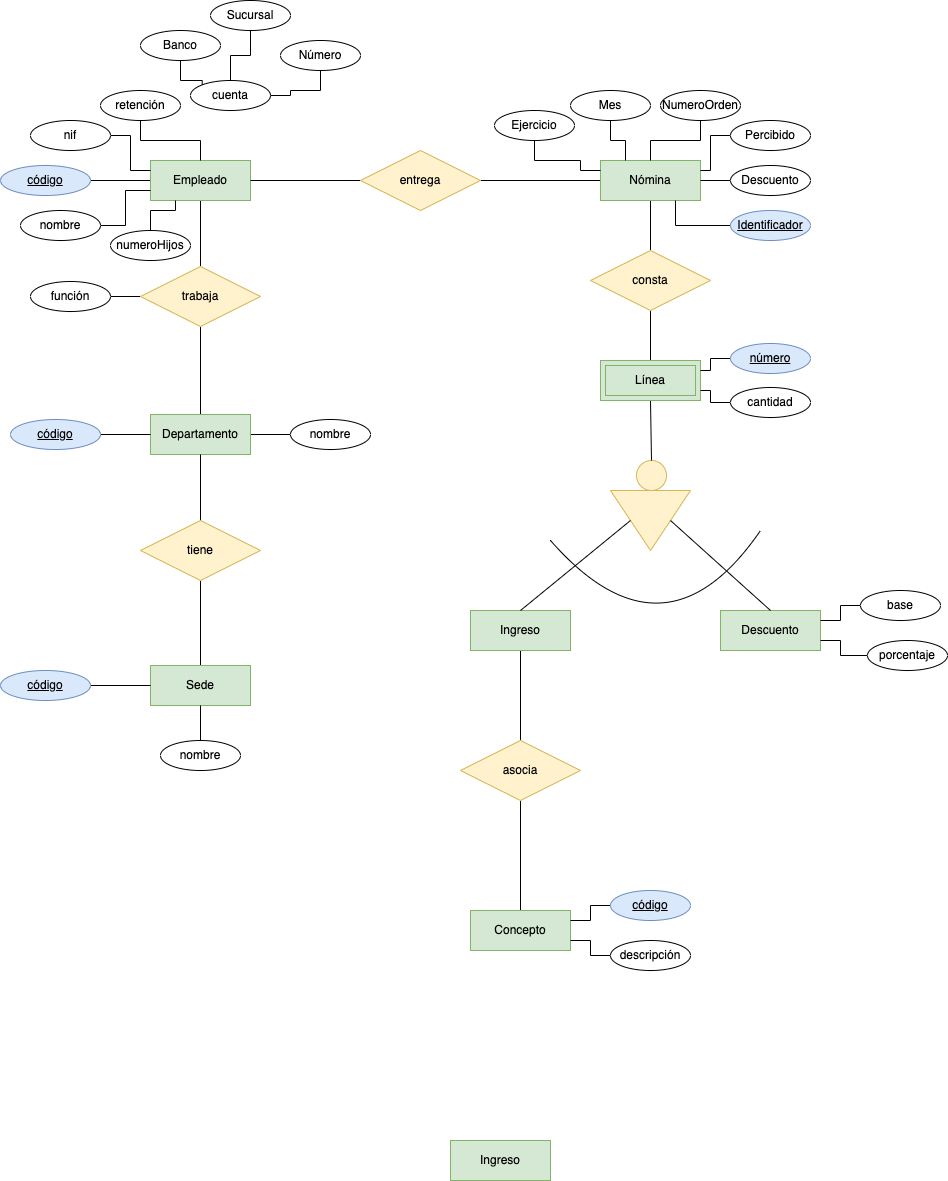
Above: ER/repaso/repaso9/img/nomina-atributos.drawio.png in MoisesALH/base-datos (draw.io), before the change. Source tidied: cells renumbered, new cells last; positions are measured from the earlier drawing's top-left corner, leaving out a move shared by most shapes. Source of this version:
```xml
<mxGraphModel>
  <root>
    <mxCell id="0" />
    <mxCell id="1" parent="0" />
    <mxCell id="2" style="edgeStyle=orthogonalEdgeStyle;rounded=0;jettySize=auto;html=1;entryX=0.5;entryY=0;entryDx=0;entryDy=0;endArrow=none;endFill=0;" parent="1" edge="1" source="4" target="7">
      <mxGeometry relative="1" as="geometry" />
    </mxCell>
    <mxCell id="3" style="edgeStyle=orthogonalEdgeStyle;rounded=0;jettySize=auto;html=1;endArrow=none;endFill=0;" parent="1" edge="1" source="4" target="36">
      <mxGeometry relative="1" as="geometry" />
    </mxCell>
    <mxCell id="4" value="Empleado" style="whiteSpace=wrap;html=1;align=center;fillColor=#d5e8d4;strokeColor=#82b366;" parent="1" vertex="1">
      <mxGeometry x="150" y="160" width="100" height="40" as="geometry" />
    </mxCell>
    <mxCell id="5" style="edgeStyle=orthogonalEdgeStyle;rounded=0;jettySize=auto;html=1;endArrow=none;endFill=0;" parent="1" edge="1" source="7" target="9">
      <mxGeometry relative="1" as="geometry" />
    </mxCell>
    <mxCell id="6" style="edgeStyle=orthogonalEdgeStyle;rounded=0;jettySize=auto;html=1;entryX=1;entryY=0.5;entryDx=0;entryDy=0;endArrow=none;endFill=0;" parent="1" edge="1" source="7" target="44">
      <mxGeometry relative="1" as="geometry" />
    </mxCell>
    <mxCell id="7" value="trabaja" style="shape=rhombus;perimeter=rhombusPerimeter;whiteSpace=wrap;html=1;align=center;fillColor=#fff2cc;strokeColor=#d6b656;" parent="1" vertex="1">
      <mxGeometry x="140" y="266" width="120" height="60" as="geometry" />
    </mxCell>
    <mxCell id="8" style="edgeStyle=orthogonalEdgeStyle;rounded=0;jettySize=auto;html=1;entryX=0;entryY=0.5;entryDx=0;entryDy=0;endArrow=none;endFill=0;" parent="1" edge="1" source="9" target="43">
      <mxGeometry relative="1" as="geometry" />
    </mxCell>
    <mxCell id="9" value="Departamento" style="whiteSpace=wrap;html=1;align=center;fillColor=#d5e8d4;strokeColor=#82b366;" parent="1" vertex="1">
      <mxGeometry x="150" y="414" width="100" height="40" as="geometry" />
    </mxCell>
    <mxCell id="10" style="edgeStyle=orthogonalEdgeStyle;rounded=0;jettySize=auto;html=1;endArrow=none;endFill=0;" parent="1" edge="1" source="12" target="13">
      <mxGeometry relative="1" as="geometry" />
    </mxCell>
    <mxCell id="11" style="edgeStyle=orthogonalEdgeStyle;jettySize=auto;html=1;entryX=0.5;entryY=1;entryDx=0;entryDy=0;endArrow=none;endFill=0;rounded=0;" parent="1" edge="1" source="12" target="9">
      <mxGeometry relative="1" as="geometry" />
    </mxCell>
    <mxCell id="12" value="tiene" style="shape=rhombus;perimeter=rhombusPerimeter;whiteSpace=wrap;html=1;align=center;fillColor=#fff2cc;strokeColor=#d6b656;" parent="1" vertex="1">
      <mxGeometry x="140" y="520" width="120" height="60" as="geometry" />
    </mxCell>
    <mxCell id="13" value="Sede" style="whiteSpace=wrap;html=1;align=center;fillColor=#d5e8d4;strokeColor=#82b366;" parent="1" vertex="1">
      <mxGeometry x="150" y="665" width="100" height="40" as="geometry" />
    </mxCell>
    <mxCell id="14" style="edgeStyle=orthogonalEdgeStyle;rounded=0;jettySize=auto;html=1;endArrow=none;endFill=0;entryX=0.5;entryY=0;entryDx=0;entryDy=0;" parent="1" edge="1" source="16" target="35">
      <mxGeometry relative="1" as="geometry" />
    </mxCell>
    <mxCell id="15" style="edgeStyle=orthogonalEdgeStyle;rounded=0;jettySize=auto;html=1;entryX=0.5;entryY=1;entryDx=0;entryDy=0;endArrow=none;endFill=0;" parent="1" edge="1" source="16" target="25">
      <mxGeometry relative="1" as="geometry" />
    </mxCell>
    <mxCell id="16" value="consta" style="shape=rhombus;perimeter=rhombusPerimeter;whiteSpace=wrap;html=1;align=center;fillColor=#fff2cc;strokeColor=#d6b656;" parent="1" vertex="1">
      <mxGeometry x="590" y="250" width="120" height="60" as="geometry" />
    </mxCell>
    <mxCell id="17" value="Ingreso" style="whiteSpace=wrap;html=1;align=center;fillColor=#d5e8d4;strokeColor=#82b366;" parent="1" vertex="1">
      <mxGeometry x="450" y="1140" width="100" height="40" as="geometry" />
    </mxCell>
    <mxCell id="18" style="edgeStyle=orthogonalEdgeStyle;rounded=0;jettySize=auto;html=1;endArrow=none;endFill=0;" parent="1" edge="1" source="20" target="21">
      <mxGeometry relative="1" as="geometry" />
    </mxCell>
    <mxCell id="19" style="edgeStyle=orthogonalEdgeStyle;rounded=0;jettySize=auto;html=1;endArrow=none;endFill=0;" parent="1" edge="1" source="20" target="29">
      <mxGeometry relative="1" as="geometry" />
    </mxCell>
    <mxCell id="20" value="asocia" style="shape=rhombus;perimeter=rhombusPerimeter;whiteSpace=wrap;html=1;align=center;fillColor=#fff2cc;strokeColor=#d6b656;" parent="1" vertex="1">
      <mxGeometry x="460" y="740" width="120" height="60" as="geometry" />
    </mxCell>
    <mxCell id="21" value="Concepto" style="whiteSpace=wrap;html=1;align=center;fillColor=#d5e8d4;strokeColor=#82b366;" parent="1" vertex="1">
      <mxGeometry x="470" y="910" width="100" height="40" as="geometry" />
    </mxCell>
    <mxCell id="22" style="edgeStyle=orthogonalEdgeStyle;rounded=0;jettySize=auto;html=1;endArrow=none;endFill=0;" parent="1" edge="1" source="24" target="25">
      <mxGeometry relative="1" as="geometry" />
    </mxCell>
    <mxCell id="23" style="edgeStyle=orthogonalEdgeStyle;rounded=0;jettySize=auto;html=1;entryX=1;entryY=0.5;entryDx=0;entryDy=0;endArrow=none;endFill=0;" parent="1" edge="1" source="24" target="4">
      <mxGeometry relative="1" as="geometry" />
    </mxCell>
    <mxCell id="24" value="entrega" style="shape=rhombus;perimeter=rhombusPerimeter;whiteSpace=wrap;html=1;align=center;fillColor=#fff2cc;strokeColor=#d6b656;" parent="1" vertex="1">
      <mxGeometry x="360" y="150" width="120" height="60" as="geometry" />
    </mxCell>
    <mxCell id="25" value="Nómina" style="whiteSpace=wrap;html=1;align=center;fillColor=#d5e8d4;strokeColor=#82b366;" parent="1" vertex="1">
      <mxGeometry x="600" y="160" width="100" height="40" as="geometry" />
    </mxCell>
    <mxCell id="26" style="group;" parent="1" vertex="1">
      <mxGeometry x="610" y="460" width="80" height="90" as="geometry" />
    </mxCell>
    <mxCell id="27" style="triangle;whiteSpace=wrap;html=1;rotation=90;fillColor=#fff2cc;strokeColor=#d6b656;" parent="26" vertex="1">
      <mxGeometry x="10" y="20" width="60" height="80" as="geometry" />
    </mxCell>
    <mxCell id="28" style="ellipse;whiteSpace=wrap;html=1;fillColor=#fff2cc;strokeColor=#d6b656;" parent="26" vertex="1">
      <mxGeometry x="26" width="30" height="30" as="geometry" />
    </mxCell>
    <mxCell id="29" value="Ingreso" style="whiteSpace=wrap;html=1;align=center;fillColor=#d5e8d4;strokeColor=#82b366;" parent="1" vertex="1">
      <mxGeometry x="470" y="610" width="100" height="40" as="geometry" />
    </mxCell>
    <mxCell id="30" value="Descuento" style="whiteSpace=wrap;html=1;align=center;fillColor=#d5e8d4;strokeColor=#82b366;" parent="1" vertex="1">
      <mxGeometry x="720" y="610" width="100" height="40" as="geometry" />
    </mxCell>
    <mxCell id="31" style="endArrow=none;html=1;rounded=0;entryX=0.5;entryY=0;entryDx=0;entryDy=0;" parent="1" edge="1" target="29">
      <mxGeometry relative="1" as="geometry">
        <mxPoint x="630" y="520" as="sourcePoint" />
      </mxGeometry>
    </mxCell>
    <mxCell id="32" style="endArrow=none;html=1;rounded=0;entryX=0.5;entryY=0;entryDx=0;entryDy=0;exitX=0.5;exitY=0;exitDx=0;exitDy=0;" parent="1" edge="1" source="27" target="30">
      <mxGeometry relative="1" as="geometry" />
    </mxCell>
    <mxCell id="33" style="endArrow=none;html=1;curved=1;" parent="1" edge="1">
      <mxGeometry relative="1" as="geometry">
        <mxPoint x="550" y="540" as="sourcePoint" />
        <mxPoint x="760" y="530" as="targetPoint" />
        <Array as="points">
          <mxPoint x="664" y="670" />
        </Array>
      </mxGeometry>
    </mxCell>
    <mxCell id="34" style="endArrow=none;html=1;curved=1;exitX=0.5;exitY=0;exitDx=0;exitDy=0;entryX=0.5;entryY=1;entryDx=0;entryDy=0;" parent="1" edge="1" source="28" target="35">
      <mxGeometry relative="1" as="geometry" />
    </mxCell>
    <mxCell id="35" value="Línea" style="shape=ext;margin=3;double=1;whiteSpace=wrap;html=1;align=center;fillColor=#d5e8d4;strokeColor=#82b366;" parent="1" vertex="1">
      <mxGeometry x="600" y="360" width="100" height="40" as="geometry" />
    </mxCell>
    <mxCell id="36" value="código" style="ellipse;whiteSpace=wrap;html=1;align=center;fontStyle=4;fillColor=#dae8fc;strokeColor=#6c8ebf;" parent="1" vertex="1">
      <mxGeometry y="165" width="90" height="30" as="geometry" />
    </mxCell>
    <mxCell id="37" style="edgeStyle=orthogonalEdgeStyle;rounded=0;jettySize=auto;html=1;entryX=0;entryY=0.5;entryDx=0;entryDy=0;endArrow=none;endFill=0;" parent="1" edge="1" source="38" target="9">
      <mxGeometry relative="1" as="geometry" />
    </mxCell>
    <mxCell id="38" value="código" style="ellipse;whiteSpace=wrap;html=1;align=center;fontStyle=4;fillColor=#dae8fc;strokeColor=#6c8ebf;" parent="1" vertex="1">
      <mxGeometry x="10" y="419" width="90" height="30" as="geometry" />
    </mxCell>
    <mxCell id="39" style="edgeStyle=orthogonalEdgeStyle;rounded=0;jettySize=auto;html=1;endArrow=none;endFill=0;" parent="1" edge="1" source="40" target="13">
      <mxGeometry relative="1" as="geometry" />
    </mxCell>
    <mxCell id="40" value="código" style="ellipse;whiteSpace=wrap;html=1;align=center;fontStyle=4;fillColor=#dae8fc;strokeColor=#6c8ebf;" parent="1" vertex="1">
      <mxGeometry y="670" width="90" height="30" as="geometry" />
    </mxCell>
    <mxCell id="41" style="edgeStyle=orthogonalEdgeStyle;rounded=0;jettySize=auto;html=1;entryX=0.5;entryY=1;entryDx=0;entryDy=0;endArrow=none;endFill=0;" parent="1" edge="1" source="42" target="13">
      <mxGeometry relative="1" as="geometry" />
    </mxCell>
    <mxCell id="42" value="nombre" style="ellipse;whiteSpace=wrap;html=1;align=center;" parent="1" vertex="1">
      <mxGeometry x="160" y="740" width="80" height="30" as="geometry" />
    </mxCell>
    <mxCell id="43" value="nombre" style="ellipse;whiteSpace=wrap;html=1;align=center;" parent="1" vertex="1">
      <mxGeometry x="290" y="419" width="80" height="30" as="geometry" />
    </mxCell>
    <mxCell id="44" value="función" style="ellipse;whiteSpace=wrap;html=1;align=center;" parent="1" vertex="1">
      <mxGeometry x="30" y="281" width="80" height="30" as="geometry" />
    </mxCell>
    <mxCell id="45" style="edgeStyle=orthogonalEdgeStyle;rounded=0;jettySize=auto;html=1;entryX=0;entryY=0.25;entryDx=0;entryDy=0;endArrow=none;endFill=0;" parent="1" edge="1" source="46" target="4">
      <mxGeometry relative="1" as="geometry" />
    </mxCell>
    <mxCell id="46" value="nif" style="ellipse;whiteSpace=wrap;html=1;align=center;" parent="1" vertex="1">
      <mxGeometry x="30" y="120" width="80" height="30" as="geometry" />
    </mxCell>
    <mxCell id="47" style="edgeStyle=orthogonalEdgeStyle;rounded=0;jettySize=auto;html=1;entryX=0;entryY=0.75;entryDx=0;entryDy=0;endArrow=none;endFill=0;" parent="1" edge="1" source="48" target="4">
      <mxGeometry relative="1" as="geometry" />
    </mxCell>
    <mxCell id="48" value="nombre" style="ellipse;whiteSpace=wrap;html=1;align=center;" parent="1" vertex="1">
      <mxGeometry x="20" y="210" width="80" height="30" as="geometry" />
    </mxCell>
    <mxCell id="49" style="edgeStyle=orthogonalEdgeStyle;rounded=0;jettySize=auto;html=1;entryX=0.25;entryY=1;entryDx=0;entryDy=0;endArrow=none;endFill=0;" parent="1" edge="1" source="50" target="4">
      <mxGeometry relative="1" as="geometry" />
    </mxCell>
    <mxCell id="50" value="numeroHijos" style="ellipse;whiteSpace=wrap;html=1;align=center;" parent="1" vertex="1">
      <mxGeometry x="110" y="230" width="80" height="30" as="geometry" />
    </mxCell>
    <mxCell id="51" style="edgeStyle=orthogonalEdgeStyle;rounded=0;jettySize=auto;html=1;endArrow=none;endFill=0;" parent="1" edge="1" source="52" target="4">
      <mxGeometry relative="1" as="geometry" />
    </mxCell>
    <mxCell id="52" value="retención" style="ellipse;whiteSpace=wrap;html=1;align=center;" parent="1" vertex="1">
      <mxGeometry x="100" y="90" width="80" height="30" as="geometry" />
    </mxCell>
    <mxCell id="53" value="cuenta" style="ellipse;whiteSpace=wrap;html=1;align=center;" parent="1" vertex="1">
      <mxGeometry x="190" y="80" width="80" height="30" as="geometry" />
    </mxCell>
    <mxCell id="54" style="edgeStyle=orthogonalEdgeStyle;rounded=0;jettySize=auto;html=1;entryX=0;entryY=0;entryDx=0;entryDy=0;endArrow=none;endFill=0;" parent="1" edge="1" source="55" target="53">
      <mxGeometry relative="1" as="geometry" />
    </mxCell>
    <mxCell id="55" value="Banco" style="ellipse;whiteSpace=wrap;html=1;align=center;" parent="1" vertex="1">
      <mxGeometry x="140" y="30" width="80" height="30" as="geometry" />
    </mxCell>
    <mxCell id="56" style="edgeStyle=orthogonalEdgeStyle;rounded=0;jettySize=auto;html=1;endArrow=none;endFill=0;" parent="1" edge="1" source="57" target="53">
      <mxGeometry relative="1" as="geometry" />
    </mxCell>
    <mxCell id="57" value="Sucursal" style="ellipse;whiteSpace=wrap;html=1;align=center;" parent="1" vertex="1">
      <mxGeometry x="210" width="80" height="30" as="geometry" />
    </mxCell>
    <mxCell id="58" style="edgeStyle=orthogonalEdgeStyle;rounded=0;jettySize=auto;html=1;entryX=1;entryY=0.5;entryDx=0;entryDy=0;endArrow=none;endFill=0;" parent="1" edge="1" source="59" target="53">
      <mxGeometry relative="1" as="geometry">
        <Array as="points">
          <mxPoint x="320" y="90" />
          <mxPoint x="290" y="90" />
          <mxPoint x="290" y="95" />
        </Array>
      </mxGeometry>
    </mxCell>
    <mxCell id="59" value="Número" style="ellipse;whiteSpace=wrap;html=1;align=center;" parent="1" vertex="1">
      <mxGeometry x="280" y="40" width="80" height="30" as="geometry" />
    </mxCell>
    <mxCell id="60" style="edgeStyle=orthogonalEdgeStyle;rounded=0;jettySize=auto;html=1;entryX=0;entryY=0.25;entryDx=0;entryDy=0;endArrow=none;endFill=0;" parent="1" edge="1" source="61" target="25">
      <mxGeometry relative="1" as="geometry">
        <Array as="points">
          <mxPoint x="534" y="160" />
          <mxPoint x="580" y="160" />
          <mxPoint x="580" y="170" />
        </Array>
      </mxGeometry>
    </mxCell>
    <mxCell id="61" value="Ejercicio" style="ellipse;whiteSpace=wrap;html=1;align=center;" parent="1" vertex="1">
      <mxGeometry x="494" y="110" width="80" height="30" as="geometry" />
    </mxCell>
    <mxCell id="62" style="edgeStyle=orthogonalEdgeStyle;rounded=0;jettySize=auto;html=1;entryX=0.25;entryY=0;entryDx=0;entryDy=0;endArrow=none;endFill=0;" parent="1" edge="1" source="63" target="25">
      <mxGeometry relative="1" as="geometry" />
    </mxCell>
    <mxCell id="63" value="Mes" style="ellipse;whiteSpace=wrap;html=1;align=center;" parent="1" vertex="1">
      <mxGeometry x="570" y="90" width="80" height="30" as="geometry" />
    </mxCell>
    <mxCell id="64" style="edgeStyle=orthogonalEdgeStyle;rounded=0;jettySize=auto;html=1;entryX=0.5;entryY=0;entryDx=0;entryDy=0;endArrow=none;endFill=0;" parent="1" edge="1" source="65" target="25">
      <mxGeometry relative="1" as="geometry" />
    </mxCell>
    <mxCell id="65" value="NumeroOrden" style="ellipse;whiteSpace=wrap;html=1;align=center;" parent="1" vertex="1">
      <mxGeometry x="660" y="90" width="80" height="30" as="geometry" />
    </mxCell>
    <mxCell id="66" style="edgeStyle=orthogonalEdgeStyle;rounded=0;jettySize=auto;html=1;entryX=1;entryY=0.25;entryDx=0;entryDy=0;endArrow=none;endFill=0;" parent="1" edge="1" source="67" target="25">
      <mxGeometry relative="1" as="geometry" />
    </mxCell>
    <mxCell id="67" value="Percibido" style="ellipse;whiteSpace=wrap;html=1;align=center;" parent="1" vertex="1">
      <mxGeometry x="730" y="120" width="80" height="30" as="geometry" />
    </mxCell>
    <mxCell id="68" style="edgeStyle=orthogonalEdgeStyle;rounded=0;jettySize=auto;html=1;endArrow=none;endFill=0;" parent="1" edge="1" source="69" target="25">
      <mxGeometry relative="1" as="geometry" />
    </mxCell>
    <mxCell id="69" value="Descuento" style="ellipse;whiteSpace=wrap;html=1;align=center;" parent="1" vertex="1">
      <mxGeometry x="730" y="165" width="80" height="30" as="geometry" />
    </mxCell>
    <mxCell id="70" style="edgeStyle=orthogonalEdgeStyle;rounded=0;jettySize=auto;html=1;endArrow=none;endFill=0;entryX=0.75;entryY=1;entryDx=0;entryDy=0;" parent="1" edge="1" source="71" target="25">
      <mxGeometry relative="1" as="geometry" />
    </mxCell>
    <mxCell id="71" value="Identificador" style="ellipse;whiteSpace=wrap;html=1;align=center;fontStyle=4;fillColor=#dae8fc;strokeColor=#6c8ebf;" parent="1" vertex="1">
      <mxGeometry x="730" y="210" width="80" height="30" as="geometry" />
    </mxCell>
    <mxCell id="72" style="edgeStyle=orthogonalEdgeStyle;rounded=0;jettySize=auto;html=1;entryX=1;entryY=0.25;entryDx=0;entryDy=0;endArrow=none;endFill=0;" parent="1" edge="1" source="73" target="35">
      <mxGeometry relative="1" as="geometry" />
    </mxCell>
    <mxCell id="73" value="número" style="ellipse;whiteSpace=wrap;html=1;align=center;fontStyle=4;fillColor=#dae8fc;strokeColor=#6c8ebf;" parent="1" vertex="1">
      <mxGeometry x="730" y="343" width="80" height="30" as="geometry" />
    </mxCell>
    <mxCell id="74" style="edgeStyle=orthogonalEdgeStyle;rounded=0;jettySize=auto;html=1;entryX=1;entryY=0.75;entryDx=0;entryDy=0;endArrow=none;endFill=0;" parent="1" edge="1" source="75" target="35">
      <mxGeometry relative="1" as="geometry" />
    </mxCell>
    <mxCell id="75" value="cantidad" style="ellipse;whiteSpace=wrap;html=1;align=center;" parent="1" vertex="1">
      <mxGeometry x="730" y="387" width="80" height="30" as="geometry" />
    </mxCell>
    <mxCell id="76" style="edgeStyle=orthogonalEdgeStyle;rounded=0;jettySize=auto;html=1;entryX=1;entryY=0.25;entryDx=0;entryDy=0;endArrow=none;endFill=0;" parent="1" edge="1" source="77" target="30">
      <mxGeometry relative="1" as="geometry" />
    </mxCell>
    <mxCell id="77" value="base" style="ellipse;whiteSpace=wrap;html=1;align=center;" parent="1" vertex="1">
      <mxGeometry x="860" y="590" width="80" height="30" as="geometry" />
    </mxCell>
    <mxCell id="78" style="edgeStyle=orthogonalEdgeStyle;rounded=0;jettySize=auto;html=1;entryX=1;entryY=0.75;entryDx=0;entryDy=0;endArrow=none;endFill=0;" parent="1" edge="1" source="79" target="30">
      <mxGeometry relative="1" as="geometry">
        <Array as="points">
          <mxPoint x="840" y="655" />
          <mxPoint x="840" y="640" />
        </Array>
      </mxGeometry>
    </mxCell>
    <mxCell id="79" value="porcentaje" style="ellipse;whiteSpace=wrap;html=1;align=center;" parent="1" vertex="1">
      <mxGeometry x="867" y="640" width="80" height="30" as="geometry" />
    </mxCell>
    <mxCell id="80" style="edgeStyle=orthogonalEdgeStyle;rounded=0;jettySize=auto;html=1;entryX=1;entryY=0.25;entryDx=0;entryDy=0;endArrow=none;endFill=0;" parent="1" edge="1" source="81" target="21">
      <mxGeometry relative="1" as="geometry" />
    </mxCell>
    <mxCell id="81" value="código" style="ellipse;whiteSpace=wrap;html=1;align=center;fillColor=#dae8fc;strokeColor=#6c8ebf;fontStyle=4;" parent="1" vertex="1">
      <mxGeometry x="610" y="890" width="80" height="30" as="geometry" />
    </mxCell>
    <mxCell id="82" style="edgeStyle=orthogonalEdgeStyle;rounded=0;jettySize=auto;html=1;entryX=1;entryY=0.75;entryDx=0;entryDy=0;endArrow=none;endFill=0;" parent="1" edge="1" source="83" target="21">
      <mxGeometry relative="1" as="geometry" />
    </mxCell>
    <mxCell id="83" value="descripción" style="ellipse;whiteSpace=wrap;html=1;align=center;" parent="1" vertex="1">
      <mxGeometry x="610" y="940" width="80" height="30" as="geometry" />
    </mxCell>
  </root>
</mxGraphModel>
```
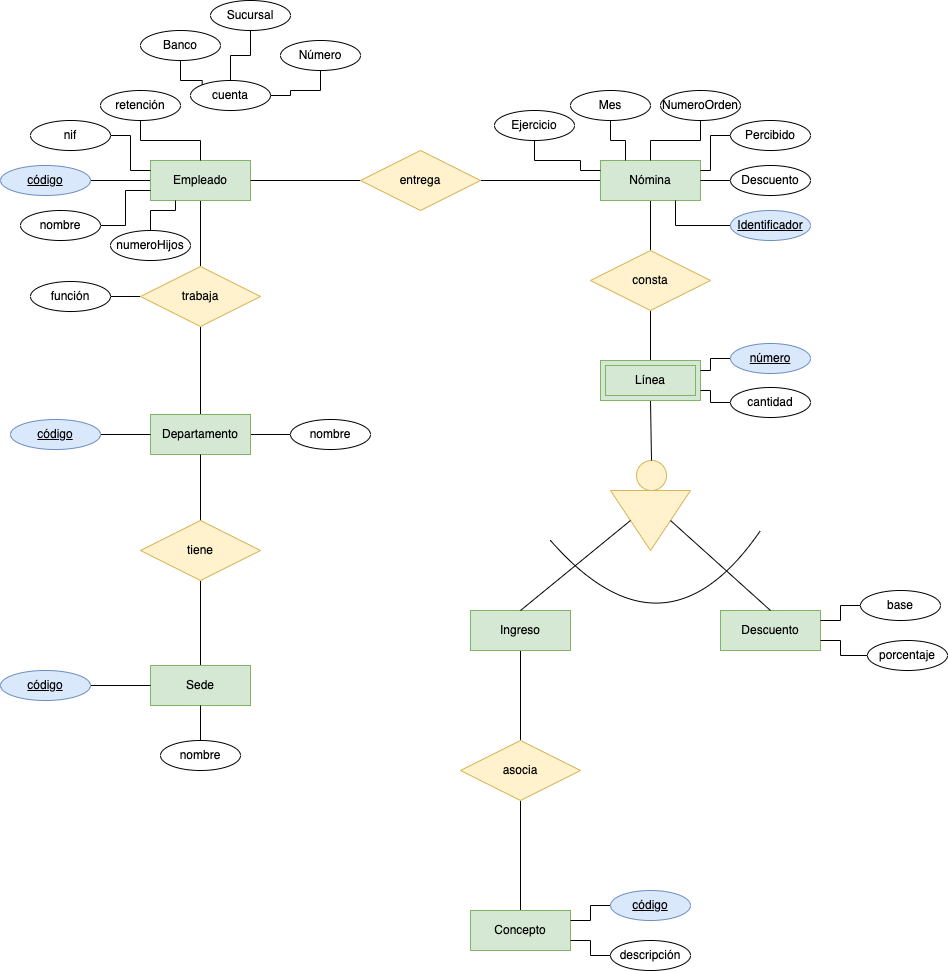
Later version of the same file.

Diff of the diagram source:
```diff
@@ -47,9 +47,6 @@
     <mxCell id="16" value="consta" style="shape=rhombus;perimeter=rhombusPerimeter;whiteSpace=wrap;html=1;align=center;fillColor=#fff2cc;strokeColor=#d6b656;" parent="1" vertex="1">
       <mxGeometry x="590" y="250" width="120" height="60" as="geometry" />
     </mxCell>
-    <mxCell id="17" value="Ingreso" style="whiteSpace=wrap;html=1;align=center;fillColor=#d5e8d4;strokeColor=#82b366;" parent="1" vertex="1">
-      <mxGeometry x="450" y="1140" width="100" height="40" as="geometry" />
-    </mxCell>
     <mxCell id="18" style="edgeStyle=orthogonalEdgeStyle;rounded=0;jettySize=auto;html=1;endArrow=none;endFill=0;" parent="1" edge="1" source="20" target="21">
       <mxGeometry relative="1" as="geometry" />
     </mxCell>
```
